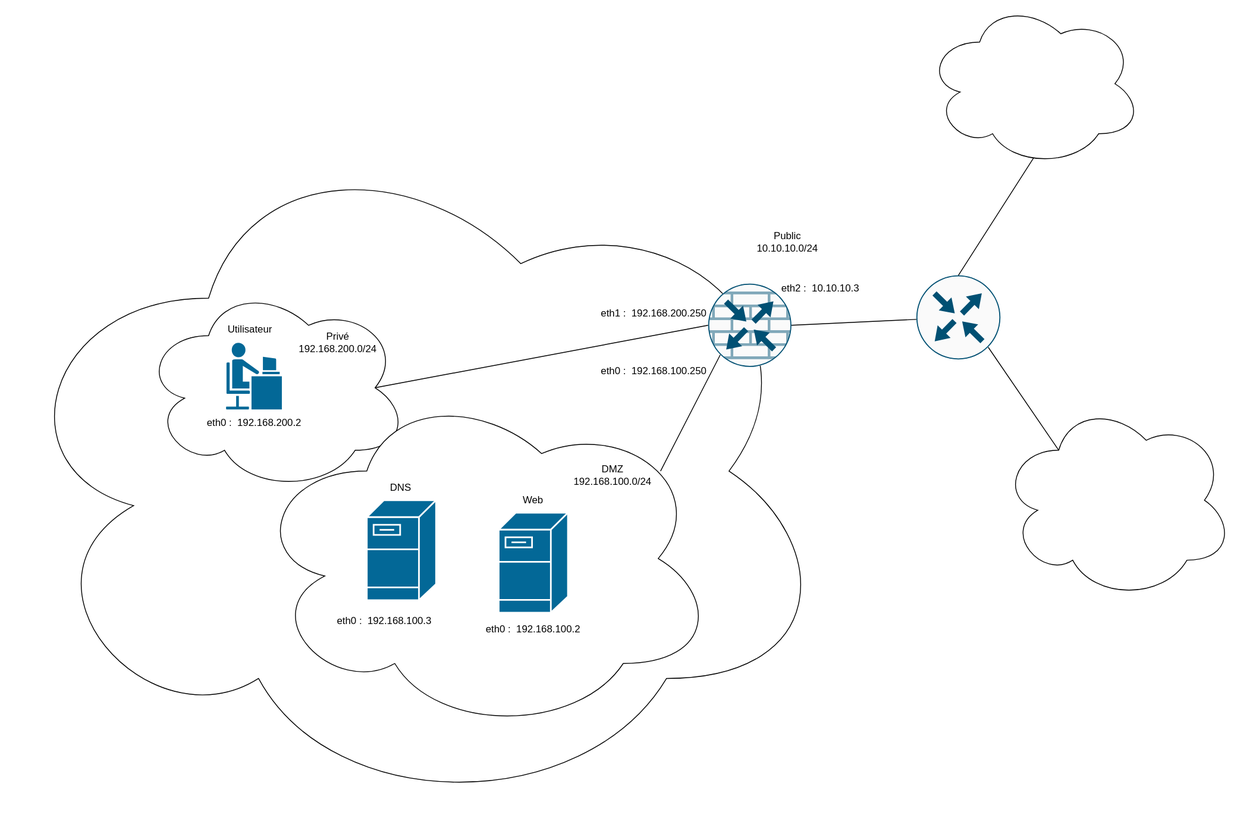
Before: carteReseau.drawio.svg, a diagram exported from draw.io (Tructruc/N7-S5-Mise-En-Place-Reseau-Entreprise). Source tidied: cells renumbered, new cells last; positions are measured from the earlier drawing's top-left corner, leaving out a move shared by most shapes.
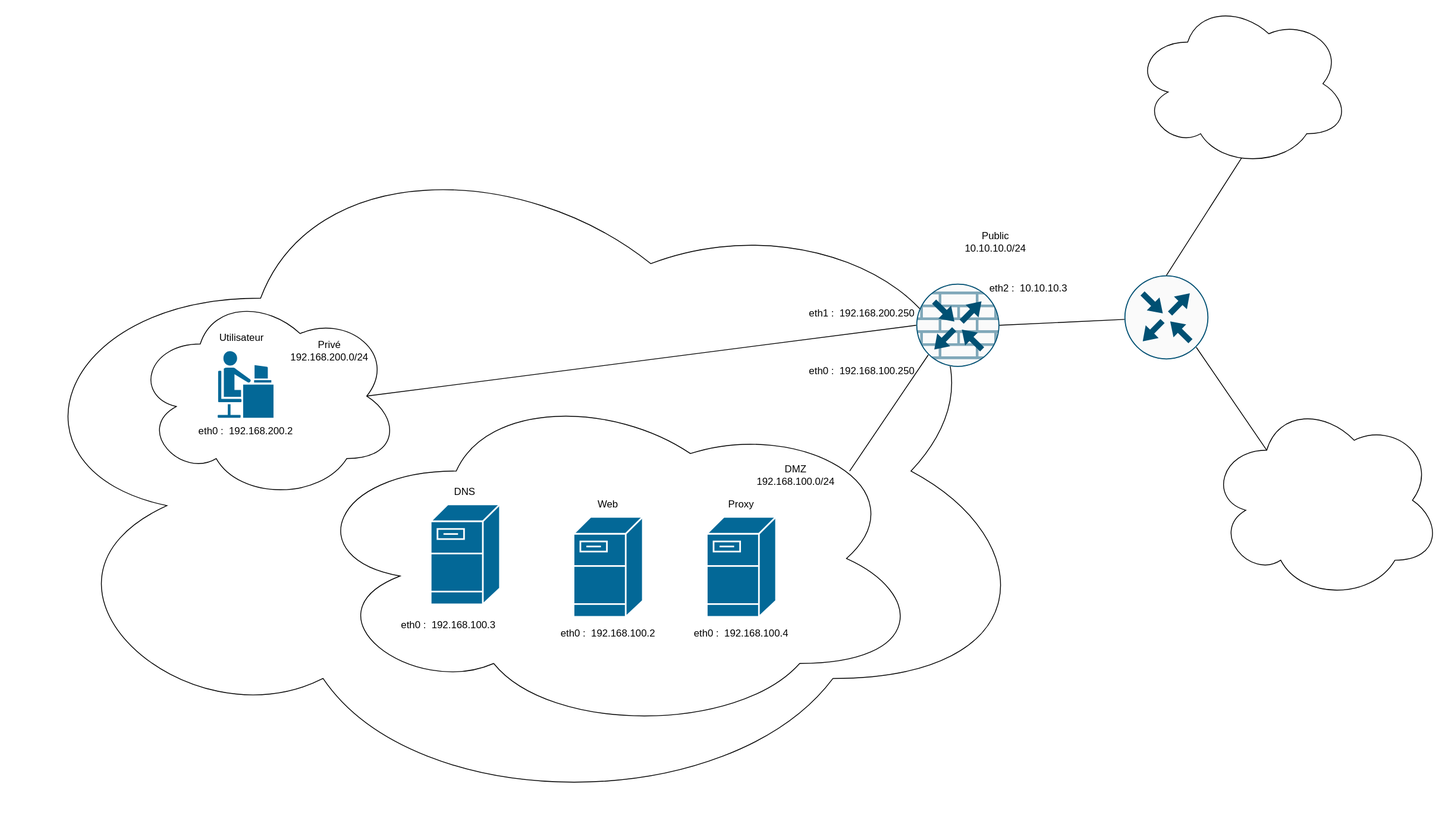
Later version of the same file.

Diff of the diagram source:
```diff
@@ -3,13 +3,10 @@
     <mxCell id="0" />
     <mxCell id="1" parent="0" />
     <mxCell id="2" style="ellipse;shape=cloud;whiteSpace=wrap;html=1;" parent="1" vertex="1">
-      <mxGeometry y="150" width="1000" height="830" as="geometry" />
+      <mxGeometry x="-250" y="150" width="1250" height="830" as="geometry" />
     </mxCell>
-    <mxCell id="3" style="ellipse;shape=cloud;whiteSpace=wrap;html=1;" parent="1" vertex="1">
-      <mxGeometry x="170" y="340" width="320" height="250" as="geometry" />
-    </mxCell>
     <mxCell id="4" style="ellipse;shape=cloud;whiteSpace=wrap;html=1;" parent="1" vertex="1">
-      <mxGeometry x="300" y="460" width="560" height="420" as="geometry" />
+      <mxGeometry x="110" y="460" width="750" height="420" as="geometry" />
     </mxCell>
     <mxCell id="5" style="endArrow=none;html=1;rounded=0;entryX=0;entryY=0.5;entryDx=0;entryDy=0;entryPerimeter=0;exitX=0.875;exitY=0.5;exitDx=0;exitDy=0;exitPerimeter=0;" parent="1" edge="1" source="3" target="7">
       <mxGeometry relative="1" as="geometry" />
@@ -39,23 +36,11 @@
       <mxGeometry relative="1" as="geometry" />
     </mxCell>
     <mxCell id="14" style="shape=mxgraph.cisco.servers.fileserver;sketch=0;html=1;dashed=0;fillColor=#036897;strokeColor=#ffffff;strokeWidth=2;verticalLabelPosition=bottom;verticalAlign=top;align=center;" parent="1" vertex="1">
-      <mxGeometry x="440" y="600" width="83.2" height="120" as="geometry" />
+      <mxGeometry x="266.8" y="605" width="83.2" height="120" as="geometry" />
     </mxCell>
     <mxCell id="15" style="shape=mxgraph.cisco.servers.fileserver;sketch=0;html=1;dashed=0;fillColor=#036897;strokeColor=#ffffff;strokeWidth=2;verticalLabelPosition=bottom;verticalAlign=top;align=center;" parent="1" vertex="1">
-      <mxGeometry x="598.4" y="615" width="83.2" height="120" as="geometry" />
+      <mxGeometry x="438.4" y="620" width="83.2" height="120" as="geometry" />
     </mxCell>
-    <mxCell id="16" style="shape=mxgraph.cisco.people.androgenous_person;sketch=0;html=1;dashed=0;fillColor=#036897;strokeColor=#ffffff;strokeWidth=2;verticalLabelPosition=bottom;verticalAlign=top;align=center;" parent="1" vertex="1">
-      <mxGeometry x="270" y="410" width="69" height="82" as="geometry" />
-    </mxCell>
-    <mxCell id="17" value="Utilisateur" style="text;html=1;strokeColor=none;fillColor=none;align=center;verticalAlign=middle;whiteSpace=wrap;rounded=0;" parent="1" vertex="1">
-      <mxGeometry x="270" y="380" width="60" height="30" as="geometry" />
-    </mxCell>
-    <mxCell id="18" value="eth0 :&amp;nbsp; 192.168.200.2" style="text;html=1;strokeColor=none;fillColor=none;align=center;verticalAlign=middle;whiteSpace=wrap;rounded=0;" parent="1" vertex="1">
-      <mxGeometry x="244.5" y="492" width="120" height="30" as="geometry" />
-    </mxCell>
-    <mxCell id="19" value="Privé&lt;br&gt;192.168.200.0/24" style="text;html=1;strokeColor=none;fillColor=none;align=center;verticalAlign=middle;whiteSpace=wrap;rounded=0;" parent="1" vertex="1">
-      <mxGeometry x="360" y="391" width="91" height="40" as="geometry" />
-    </mxCell>
     <mxCell id="20" value="eth1 :&amp;nbsp; 192.168.200.250" style="text;html=1;strokeColor=none;fillColor=none;align=center;verticalAlign=middle;whiteSpace=wrap;rounded=0;" parent="1" vertex="1">
       <mxGeometry x="720" y="361" width="130" height="30" as="geometry" />
     </mxCell>
@@ -66,22 +51,49 @@
       <mxGeometry x="920" y="331" width="130" height="30" as="geometry" />
     </mxCell>
     <mxCell id="23" value="DMZ&lt;br&gt;192.168.100.0/24" style="text;html=1;strokeColor=none;fillColor=none;align=center;verticalAlign=middle;whiteSpace=wrap;rounded=0;" parent="1" vertex="1">
-      <mxGeometry x="690" y="550" width="91" height="40" as="geometry" />
+      <mxGeometry x="660" y="550" width="91" height="40" as="geometry" />
     </mxCell>
     <mxCell id="24" value="DNS" style="text;html=1;strokeColor=none;fillColor=none;align=center;verticalAlign=middle;whiteSpace=wrap;rounded=0;" parent="1" vertex="1">
-      <mxGeometry x="451" y="570" width="60" height="30" as="geometry" />
+      <mxGeometry x="277.8" y="575" width="60" height="30" as="geometry" />
     </mxCell>
     <mxCell id="25" value="Web" style="text;html=1;strokeColor=none;fillColor=none;align=center;verticalAlign=middle;whiteSpace=wrap;rounded=0;" parent="1" vertex="1">
-      <mxGeometry x="610" y="585" width="60" height="30" as="geometry" />
+      <mxGeometry x="450" y="590" width="60" height="30" as="geometry" />
     </mxCell>
     <mxCell id="26" value="eth0 :&amp;nbsp; 192.168.100.3&lt;span style=&quot;color: rgba(0, 0, 0, 0); font-family: monospace; font-size: 0px; text-align: start;&quot;&gt;%3CmxGraphModel%3E%3Croot%3E%3CmxCell%20id%3D%220%22%2F%3E%3CmxCell%20id%3D%221%22%20parent%3D%220%22%2F%3E%3CmxCell%20id%3D%222%22%20value%3D%22eth0%20%3A%26amp%3Bnbsp%3B%20192.168.200.2%22%20style%3D%22text%3Bhtml%3D1%3BstrokeColor%3Dnone%3BfillColor%3Dnone%3Balign%3Dcenter%3BverticalAlign%3Dmiddle%3BwhiteSpace%3Dwrap%3Brounded%3D0%3B%22%20vertex%3D%221%22%20parent%3D%221%22%3E%3CmxGeometry%20x%3D%22244.5%22%20y%3D%22702%22%20width%3D%22120%22%20height%3D%2230%22%20as%3D%22geometry%22%2F%3E%3C%2FmxCell%3E%3C%2Froot%3E%3C%2FmxGraphModel%3E&lt;/span&gt;" style="text;html=1;strokeColor=none;fillColor=none;align=center;verticalAlign=middle;whiteSpace=wrap;rounded=0;" parent="1" vertex="1">
-      <mxGeometry x="403.2" y="730" width="120" height="30" as="geometry" />
+      <mxGeometry x="230" y="735" width="120" height="30" as="geometry" />
     </mxCell>
     <mxCell id="27" value="eth0 :&amp;nbsp; 192.168.100.2" style="text;html=1;strokeColor=none;fillColor=none;align=center;verticalAlign=middle;whiteSpace=wrap;rounded=0;" parent="1" vertex="1">
-      <mxGeometry x="580" y="740" width="120" height="30" as="geometry" />
+      <mxGeometry x="420" y="745" width="120" height="30" as="geometry" />
     </mxCell>
     <mxCell id="28" value="Public&lt;br&gt;10.10.10.0/24" style="text;html=1;strokeColor=none;fillColor=none;align=center;verticalAlign=middle;whiteSpace=wrap;rounded=0;" parent="1" vertex="1">
       <mxGeometry x="900" y="270" width="91" height="40" as="geometry" />
     </mxCell>
+    <mxCell id="29" style="group;" parent="1" vertex="1">
+      <mxGeometry x="-90" y="350" width="320" height="250" as="geometry" />
+    </mxCell>
+    <mxCell id="3" style="ellipse;shape=cloud;whiteSpace=wrap;html=1;" parent="29" vertex="1">
+      <mxGeometry width="320" height="250" as="geometry" />
+    </mxCell>
+    <mxCell id="16" style="shape=mxgraph.cisco.people.androgenous_person;sketch=0;html=1;dashed=0;fillColor=#036897;strokeColor=#ffffff;strokeWidth=2;verticalLabelPosition=bottom;verticalAlign=top;align=center;" parent="29" vertex="1">
+      <mxGeometry x="100" y="70" width="69" height="82" as="geometry" />
+    </mxCell>
+    <mxCell id="17" value="Utilisateur" style="text;html=1;strokeColor=none;fillColor=none;align=center;verticalAlign=middle;whiteSpace=wrap;rounded=0;" parent="29" vertex="1">
+      <mxGeometry x="100" y="40" width="60" height="30" as="geometry" />
+    </mxCell>
+    <mxCell id="18" value="eth0 :&amp;nbsp; 192.168.200.2" style="text;html=1;strokeColor=none;fillColor=none;align=center;verticalAlign=middle;whiteSpace=wrap;rounded=0;" parent="29" vertex="1">
+      <mxGeometry x="74.5" y="152" width="120" height="30" as="geometry" />
+    </mxCell>
+    <mxCell id="19" value="Privé&lt;br&gt;192.168.200.0/24" style="text;html=1;strokeColor=none;fillColor=none;align=center;verticalAlign=middle;whiteSpace=wrap;rounded=0;" parent="29" vertex="1">
+      <mxGeometry x="190" y="51" width="91" height="40" as="geometry" />
+    </mxCell>
+    <mxCell id="30" style="shape=mxgraph.cisco.servers.fileserver;sketch=0;html=1;dashed=0;fillColor=#036897;strokeColor=#ffffff;strokeWidth=2;verticalLabelPosition=bottom;verticalAlign=top;align=center;" parent="1" vertex="1">
+      <mxGeometry x="598.4" y="620" width="83.2" height="120" as="geometry" />
+    </mxCell>
+    <mxCell id="31" value="Proxy" style="text;html=1;strokeColor=none;fillColor=none;align=center;verticalAlign=middle;whiteSpace=wrap;rounded=0;" parent="1" vertex="1">
+      <mxGeometry x="610" y="590" width="60" height="30" as="geometry" />
+    </mxCell>
+    <mxCell id="32" value="eth0 :&amp;nbsp; 192.168.100.4" style="text;html=1;strokeColor=none;fillColor=none;align=center;verticalAlign=middle;whiteSpace=wrap;rounded=0;" parent="1" vertex="1">
+      <mxGeometry x="580" y="745" width="120" height="30" as="geometry" />
+    </mxCell>
   </root>
 </mxGraphModel>
```
